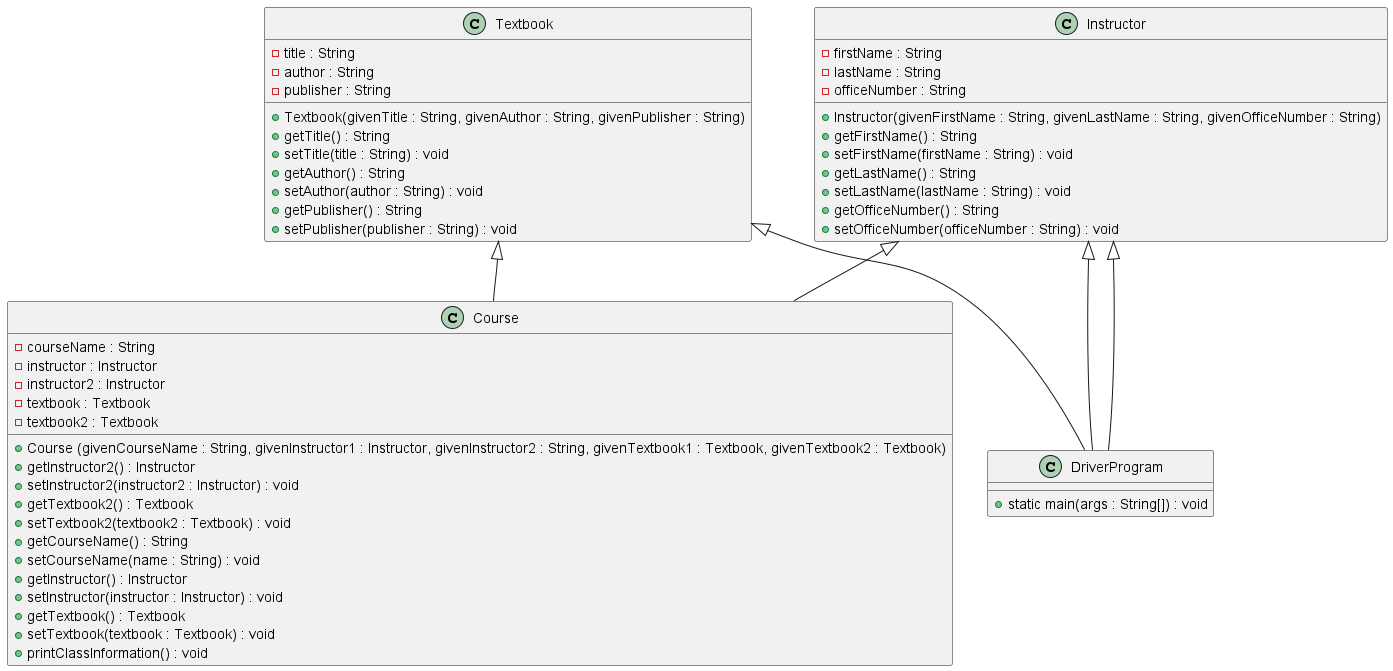
Above: CS4800/UML_Diagrams/ClassDiagrams/Aggregation.png in LoloMarty/2024- (PlantUML), before the change.
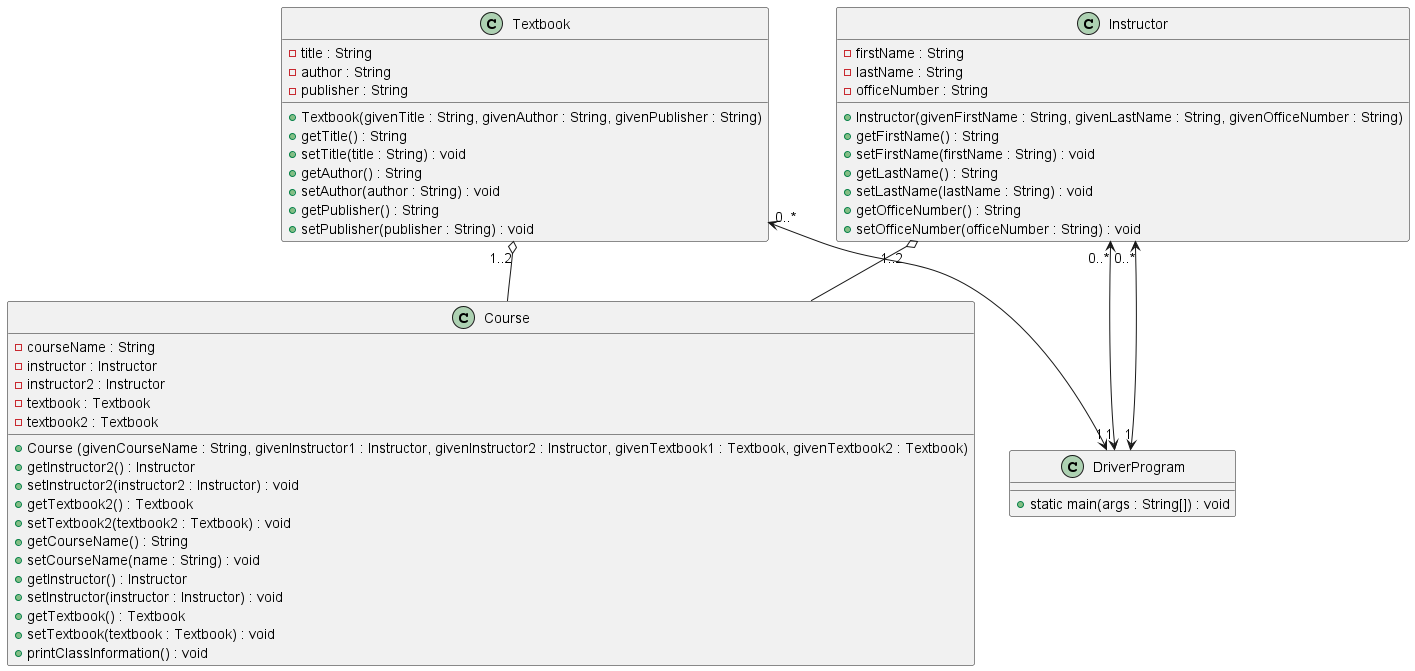
After the change.

Diff of the diagram source:
```diff
@@ -8,7 +8,7 @@
     - textbook : Textbook
     - textbook2 : Textbook
 
-    + Course (givenCourseName : String, givenInstructor1 : Instructor, givenInstructor2 : String, givenTextbook1 : Textbook, givenTextbook2 : Textbook)
+    + Course (givenCourseName : String, givenInstructor1 : Instructor, givenInstructor2 : Instructor, givenTextbook1 : Textbook, givenTextbook2 : Textbook)
     + getInstructor2() : Instructor
     + setInstructor2(instructor2 : Instructor) : void
     + getTextbook2() : Textbook
@@ -58,11 +58,12 @@
 
 }
 
-Instructor <|-- Course
-Textbook <|-- Course
-Instructor <|-- DriverProgram
-Textbook <|-- DriverProgram
-Instructor <|-- DriverProgram
+Instructor "1..2" o-- Course
+Textbook "1..2" o-- Course
+
+Instructor "0..*" <--> "1"DriverProgram
+Textbook "0..*" <--> "1" DriverProgram
+Instructor "0..*" <--> "1" DriverProgram
 
 
 
```
